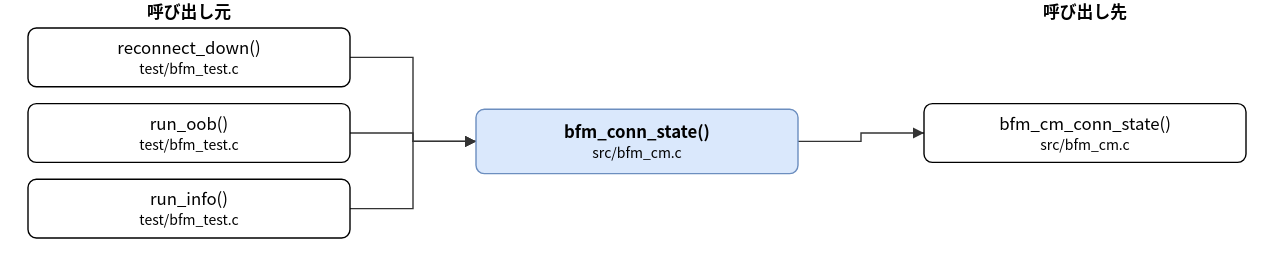
hf355051012-ai/bfmem keeps this draw.io diagram as doc/spec/images/call_src_bfm_cm-bfm_conn_state.drawio.svg. Above is the earlier version. Source tidied: cells renumbered, new cells last; positions are measured from the earlier drawing's top-left corner, leaving out a move shared by most shapes. The source it was exported from:
```xml
<mxGraphModel>
  <root>
    <mxCell id="0" />
    <mxCell id="1" parent="0" />
    <mxCell id="2" value="bfm_conn_state()&lt;br&gt;&lt;font style=&quot;font-size:10px&quot;&gt;src/bfm_cm.c&lt;/font&gt;" style="rounded=1;whiteSpace=wrap;html=1;fillColor=#dae8fc;strokeColor=#6c8ebf;fontStyle=1;" parent="1" vertex="1">
      <mxGeometry x="320" y="78" width="230" height="46" as="geometry" />
    </mxCell>
    <mxCell id="3" value="reconnect_down()&lt;br&gt;&lt;font style=&quot;font-size:10px&quot;&gt;test/bfm_test.c&lt;/font&gt;" style="rounded=1;whiteSpace=wrap;html=1;" parent="1" vertex="1">
      <mxGeometry y="20" width="230" height="42" as="geometry" />
    </mxCell>
    <mxCell id="4" value="run_oob()&lt;br&gt;&lt;font style=&quot;font-size:10px&quot;&gt;test/bfm_test.c&lt;/font&gt;" style="rounded=1;whiteSpace=wrap;html=1;" parent="1" vertex="1">
      <mxGeometry y="74" width="230" height="42" as="geometry" />
    </mxCell>
    <mxCell id="5" value="run_info()&lt;br&gt;&lt;font style=&quot;font-size:10px&quot;&gt;test/bfm_test.c&lt;/font&gt;" style="rounded=1;whiteSpace=wrap;html=1;" parent="1" vertex="1">
      <mxGeometry y="128" width="230" height="42" as="geometry" />
    </mxCell>
    <mxCell id="6" value="bfm_cm_conn_state()&lt;br&gt;&lt;font style=&quot;font-size:10px&quot;&gt;src/bfm_cm.c&lt;/font&gt;" style="rounded=1;whiteSpace=wrap;html=1;" parent="1" vertex="1">
      <mxGeometry x="640" y="74" width="230" height="42" as="geometry" />
    </mxCell>
    <mxCell id="7" style="edgeStyle=none;html=1;rounded=0;endArrow=block;endFill=1;exitX=1.0000;exitY=0.5000;exitDx=0;exitDy=0;exitPerimeter=0;entryX=0.0000;entryY=0.5000;entryDx=0;entryDy=0;entryPerimeter=0;" parent="1" edge="1" source="3" target="2">
      <mxGeometry relative="1" as="geometry">
        <Array as="points">
          <mxPoint x="275" y="41" />
          <mxPoint x="275" y="101" />
        </Array>
      </mxGeometry>
    </mxCell>
    <mxCell id="8" style="edgeStyle=none;html=1;rounded=0;endArrow=block;endFill=1;exitX=1.0000;exitY=0.5000;exitDx=0;exitDy=0;exitPerimeter=0;entryX=0.0000;entryY=0.5000;entryDx=0;entryDy=0;entryPerimeter=0;" parent="1" edge="1" source="4" target="2">
      <mxGeometry relative="1" as="geometry">
        <Array as="points">
          <mxPoint x="275" y="95" />
          <mxPoint x="275" y="101" />
        </Array>
      </mxGeometry>
    </mxCell>
    <mxCell id="9" style="edgeStyle=none;html=1;rounded=0;endArrow=block;endFill=1;exitX=1.0000;exitY=0.5000;exitDx=0;exitDy=0;exitPerimeter=0;entryX=0.0000;entryY=0.5000;entryDx=0;entryDy=0;entryPerimeter=0;" parent="1" edge="1" source="5" target="2">
      <mxGeometry relative="1" as="geometry">
        <Array as="points">
          <mxPoint x="275" y="149" />
          <mxPoint x="275" y="101" />
        </Array>
      </mxGeometry>
    </mxCell>
    <mxCell id="10" style="edgeStyle=none;html=1;rounded=0;endArrow=block;endFill=1;exitX=1.0000;exitY=0.5000;exitDx=0;exitDy=0;exitPerimeter=0;entryX=0.0000;entryY=0.5000;entryDx=0;entryDy=0;entryPerimeter=0;" parent="1" edge="1" source="2" target="6">
      <mxGeometry relative="1" as="geometry">
        <Array as="points">
          <mxPoint x="595" y="101" />
          <mxPoint x="595" y="95" />
        </Array>
      </mxGeometry>
    </mxCell>
    <mxCell id="11" value="呼び出し元" style="text;html=1;align=center;fontStyle=1;" parent="1" vertex="1">
      <mxGeometry x="35" width="160" height="18" as="geometry" />
    </mxCell>
    <mxCell id="12" value="呼び出し先" style="text;html=1;align=center;fontStyle=1;" parent="1" vertex="1">
      <mxGeometry x="675" width="160" height="18" as="geometry" />
    </mxCell>
  </root>
</mxGraphModel>
```
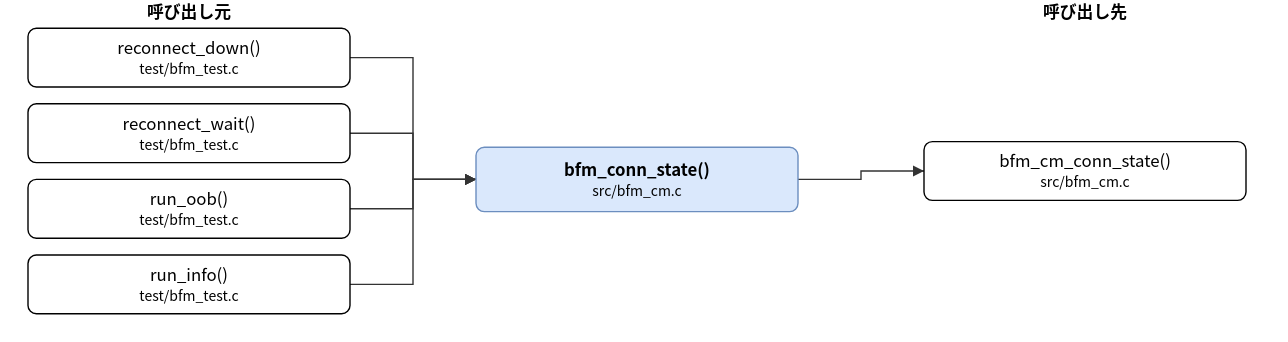
After the commit.

Diff of the diagram source:
```diff
@@ -3,25 +3,28 @@
     <mxCell id="0" />
     <mxCell id="1" parent="0" />
     <mxCell id="2" value="bfm_conn_state()&lt;br&gt;&lt;font style=&quot;font-size:10px&quot;&gt;src/bfm_cm.c&lt;/font&gt;" style="rounded=1;whiteSpace=wrap;html=1;fillColor=#dae8fc;strokeColor=#6c8ebf;fontStyle=1;" parent="1" vertex="1">
-      <mxGeometry x="320" y="78" width="230" height="46" as="geometry" />
+      <mxGeometry x="320" y="105" width="230" height="46" as="geometry" />
     </mxCell>
     <mxCell id="3" value="reconnect_down()&lt;br&gt;&lt;font style=&quot;font-size:10px&quot;&gt;test/bfm_test.c&lt;/font&gt;" style="rounded=1;whiteSpace=wrap;html=1;" parent="1" vertex="1">
       <mxGeometry y="20" width="230" height="42" as="geometry" />
     </mxCell>
-    <mxCell id="4" value="run_oob()&lt;br&gt;&lt;font style=&quot;font-size:10px&quot;&gt;test/bfm_test.c&lt;/font&gt;" style="rounded=1;whiteSpace=wrap;html=1;" parent="1" vertex="1">
+    <mxCell id="4" value="reconnect_wait()&lt;br&gt;&lt;font style=&quot;font-size:10px&quot;&gt;test/bfm_test.c&lt;/font&gt;" style="rounded=1;whiteSpace=wrap;html=1;" parent="1" vertex="1">
       <mxGeometry y="74" width="230" height="42" as="geometry" />
     </mxCell>
-    <mxCell id="5" value="run_info()&lt;br&gt;&lt;font style=&quot;font-size:10px&quot;&gt;test/bfm_test.c&lt;/font&gt;" style="rounded=1;whiteSpace=wrap;html=1;" parent="1" vertex="1">
+    <mxCell id="5" value="run_oob()&lt;br&gt;&lt;font style=&quot;font-size:10px&quot;&gt;test/bfm_test.c&lt;/font&gt;" style="rounded=1;whiteSpace=wrap;html=1;" parent="1" vertex="1">
       <mxGeometry y="128" width="230" height="42" as="geometry" />
     </mxCell>
+    <mxCell id="13" value="run_info()&lt;br&gt;&lt;font style=&quot;font-size:10px&quot;&gt;test/bfm_test.c&lt;/font&gt;" style="rounded=1;whiteSpace=wrap;html=1;" parent="1" vertex="1">
+      <mxGeometry y="182" width="230" height="42" as="geometry" />
+    </mxCell>
     <mxCell id="6" value="bfm_cm_conn_state()&lt;br&gt;&lt;font style=&quot;font-size:10px&quot;&gt;src/bfm_cm.c&lt;/font&gt;" style="rounded=1;whiteSpace=wrap;html=1;" parent="1" vertex="1">
-      <mxGeometry x="640" y="74" width="230" height="42" as="geometry" />
+      <mxGeometry x="640" y="101" width="230" height="42" as="geometry" />
     </mxCell>
     <mxCell id="7" style="edgeStyle=none;html=1;rounded=0;endArrow=block;endFill=1;exitX=1.0000;exitY=0.5000;exitDx=0;exitDy=0;exitPerimeter=0;entryX=0.0000;entryY=0.5000;entryDx=0;entryDy=0;entryPerimeter=0;" parent="1" edge="1" source="3" target="2">
       <mxGeometry relative="1" as="geometry">
         <Array as="points">
           <mxPoint x="275" y="41" />
-          <mxPoint x="275" y="101" />
+          <mxPoint x="275" y="128" />
         </Array>
       </mxGeometry>
     </mxCell>
@@ -29,7 +32,7 @@
       <mxGeometry relative="1" as="geometry">
         <Array as="points">
           <mxPoint x="275" y="95" />
-          <mxPoint x="275" y="101" />
+          <mxPoint x="275" y="128" />
         </Array>
       </mxGeometry>
     </mxCell>
@@ -37,18 +40,26 @@
       <mxGeometry relative="1" as="geometry">
         <Array as="points">
           <mxPoint x="275" y="149" />
-          <mxPoint x="275" y="101" />
+          <mxPoint x="275" y="128" />
         </Array>
       </mxGeometry>
     </mxCell>
-    <mxCell id="10" style="edgeStyle=none;html=1;rounded=0;endArrow=block;endFill=1;exitX=1.0000;exitY=0.5000;exitDx=0;exitDy=0;exitPerimeter=0;entryX=0.0000;entryY=0.5000;entryDx=0;entryDy=0;entryPerimeter=0;" parent="1" edge="1" source="2" target="6">
+    <mxCell id="10" style="edgeStyle=none;html=1;rounded=0;endArrow=block;endFill=1;exitX=1.0000;exitY=0.5000;exitDx=0;exitDy=0;exitPerimeter=0;entryX=0.0000;entryY=0.5000;entryDx=0;entryDy=0;entryPerimeter=0;" parent="1" edge="1" source="13" target="2">
       <mxGeometry relative="1" as="geometry">
         <Array as="points">
-          <mxPoint x="595" y="101" />
-          <mxPoint x="595" y="95" />
+          <mxPoint x="275" y="203" />
+          <mxPoint x="275" y="128" />
         </Array>
       </mxGeometry>
     </mxCell>
+    <mxCell id="14" style="edgeStyle=none;html=1;rounded=0;endArrow=block;endFill=1;exitX=1.0000;exitY=0.5000;exitDx=0;exitDy=0;exitPerimeter=0;entryX=0.0000;entryY=0.5000;entryDx=0;entryDy=0;entryPerimeter=0;" parent="1" edge="1" source="2" target="6">
+      <mxGeometry relative="1" as="geometry">
+        <Array as="points">
+          <mxPoint x="595" y="128" />
+          <mxPoint x="595" y="122" />
+        </Array>
+      </mxGeometry>
+    </mxCell>
     <mxCell id="11" value="呼び出し元" style="text;html=1;align=center;fontStyle=1;" parent="1" vertex="1">
       <mxGeometry x="35" width="160" height="18" as="geometry" />
     </mxCell>
```
